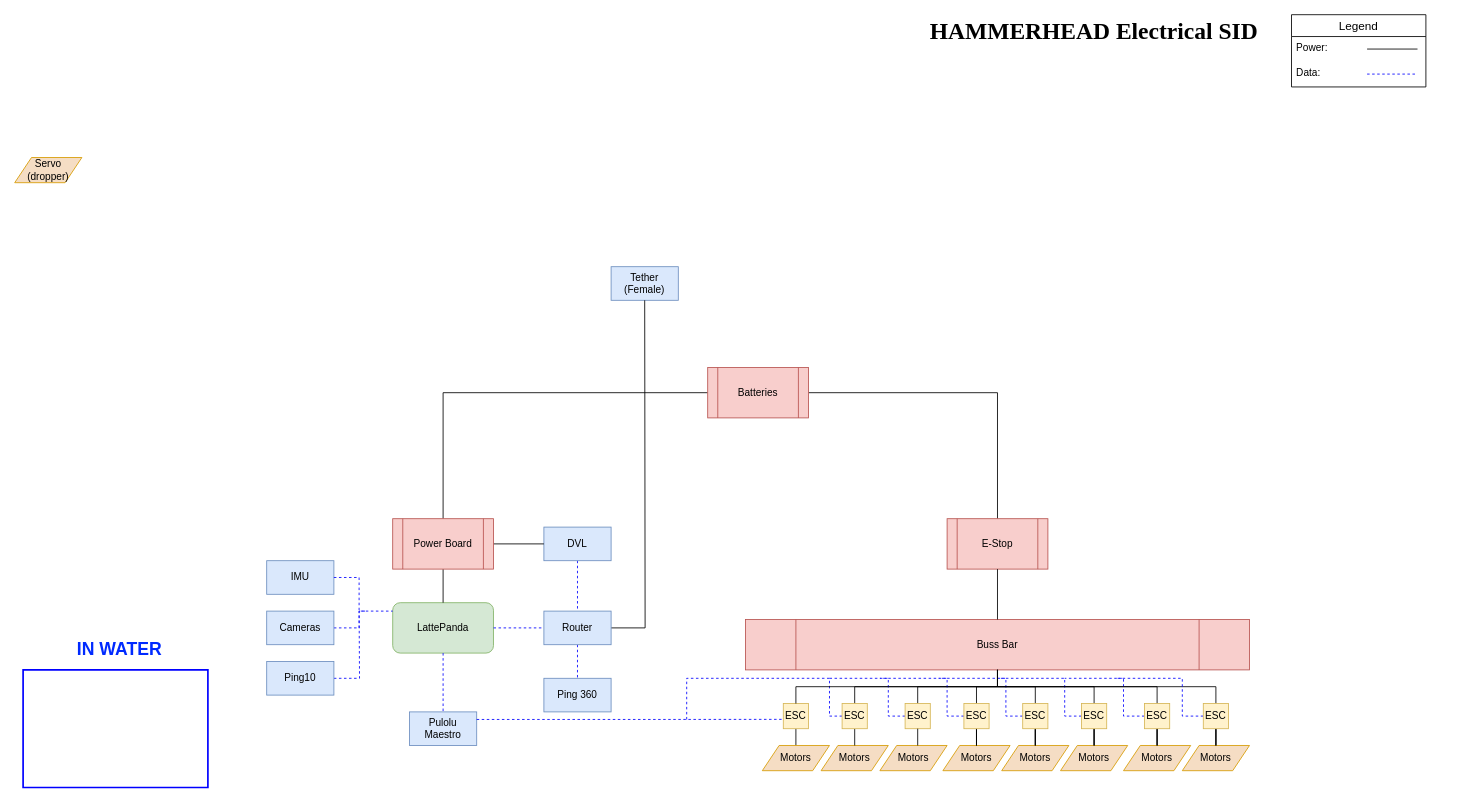
The draw.io diagram HammerheadSID.drawio in sam4413/RobosubSIDs, before the edit. Source tidied: cells renumbered, new cells numbered last; positions are measured from the earlier drawing's top-left corner, leaving out a move shared by most shapes. Both pictures are drawn from the tidied source at 84%, with x=0, y=0 at pixel (14, 14).
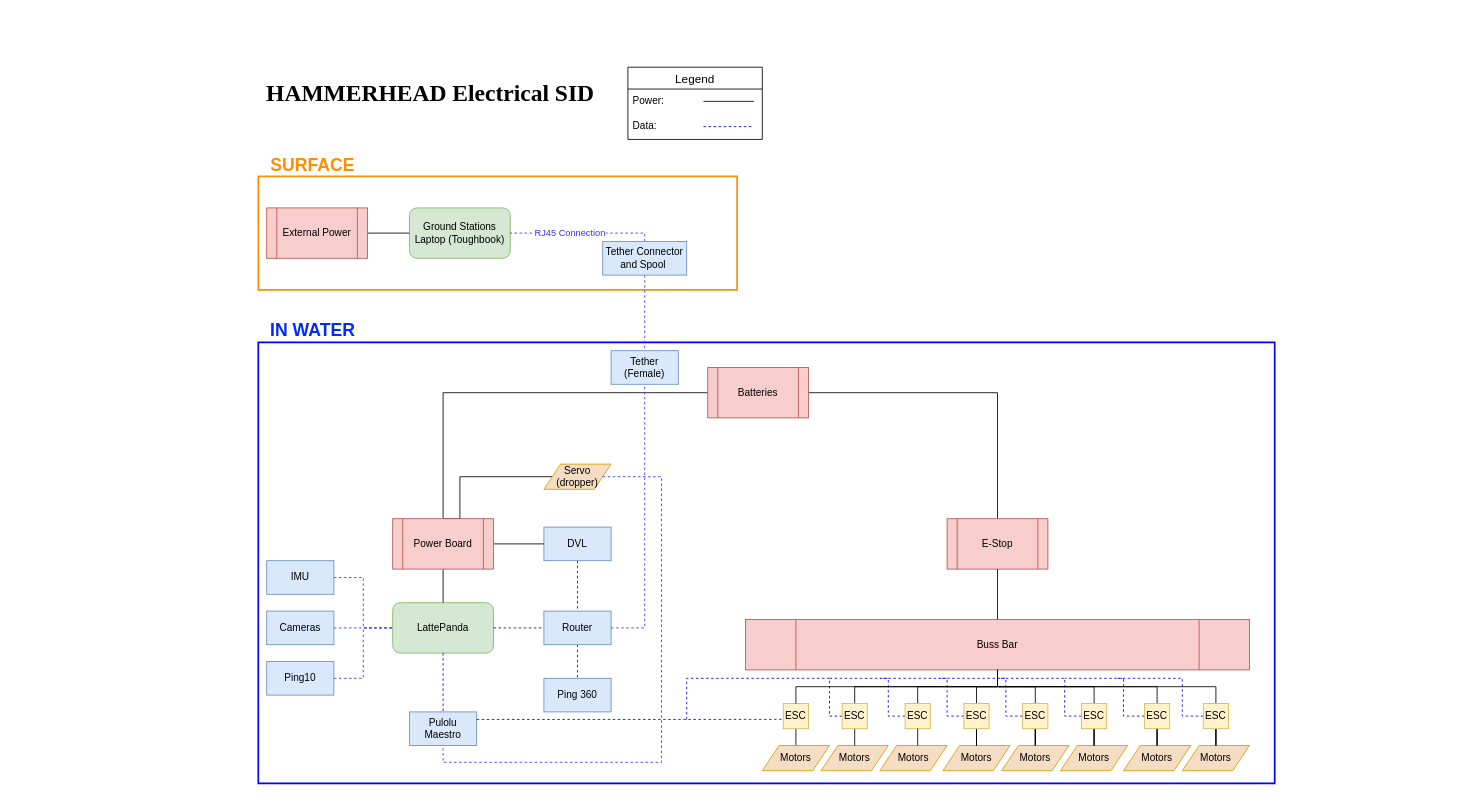
The same page after the edit.

The change refers to these unchanged cells:
```xml
<mxCell id="3" value="LattePanda" style="rounded=1;whiteSpace=wrap;html=1;fillColor=#d5e8d4;strokeColor=#82b366;" parent="1" vertex="1">
  <mxGeometry x="450" y="700" width="120" height="60" as="geometry" />
</mxCell>
<mxCell id="4" value="IMU" style="rounded=0;whiteSpace=wrap;html=1;fillColor=#dae8fc;strokeColor=#6c8ebf;" parent="1" vertex="1">
  <mxGeometry x="300" y="650" width="80" height="40" as="geometry" />
</mxCell>
<mxCell id="9" value="Pulolu Maestro" style="rounded=0;whiteSpace=wrap;html=1;fillColor=#dae8fc;strokeColor=#6c8ebf;" parent="1" vertex="1">
  <mxGeometry x="470" y="830" width="80" height="40" as="geometry" />
</mxCell>
<mxCell id="24" value="Power Board" style="shape=process;whiteSpace=wrap;html=1;backgroundOutline=1;fillColor=#f8cecc;strokeColor=#b85450;" parent="1" vertex="1">
  <mxGeometry x="450" y="600" width="120" height="60" as="geometry" />
</mxCell>
<mxCell id="27" value="Router" style="rounded=0;whiteSpace=wrap;html=1;fillColor=#dae8fc;strokeColor=#6c8ebf;" parent="1" vertex="1">
  <mxGeometry x="630" y="710" width="80" height="40" as="geometry" />
</mxCell>
<mxCell id="70" value="Ping10" style="rounded=0;whiteSpace=wrap;html=1;fillColor=#dae8fc;strokeColor=#6c8ebf;" parent="1" vertex="1">
  <mxGeometry x="300" y="770" width="80" height="40" as="geometry" />
</mxCell>
<mxCell id="73" value="Cameras" style="rounded=0;whiteSpace=wrap;html=1;fillColor=#dae8fc;strokeColor=#6c8ebf;" parent="1" vertex="1">
  <mxGeometry x="300" y="710" width="80" height="40" as="geometry" />
</mxCell>
```

What changed in the source:
```diff
@@
+    <mxCell id="74" style="verticalLabelPosition=bottom;verticalAlign=top;html=1;shape=mxgraph.basic.rect;fillColor2=none;strokeWidth=2;size=20;indent=5;fillColor=none;strokeColor=light-dark(#0000FF,#FFFFFF);" parent="1" vertex="1">
+      <mxGeometry x="290" y="390" width="1210" height="525" as="geometry" />
+    </mxCell>
     <mxCell id="2" value="&lt;font face=&quot;Times New Roman&quot; style=&quot;font-size: 28px;&quot;&gt;&lt;b&gt;HAMMERHEAD Electrical SID&lt;/b&gt;&lt;/font&gt;" style="text;html=1;whiteSpace=wrap;strokeColor=none;fillColor=none;align=center;verticalAlign=middle;rounded=0;" parent="1" vertex="1">
-      <mxGeometry x="860" width="850" height="40" as="geometry" />
+      <mxGeometry x="290" y="72.5" width="410" height="40" as="geometry" />
     </mxCell>
@@
+    <mxCell id="76" style="edgeStyle=orthogonalEdgeStyle;rounded=0;jettySize=auto;html=1;entryX=0;entryY=0.5;entryDx=0;entryDy=0;strokeColor=#3333FF;dashed=1;endArrow=none;endFill=0;" parent="1" edge="1" source="4" target="3">
+      <mxGeometry relative="1" as="geometry" />
+    </mxCell>
@@
     <mxCell id="10" value="Legend" style="swimlane;fontStyle=0;horizontal=1;startSize=26;align=center;fontSize=14;" parent="1" vertex="1">
-      <mxGeometry x="1520" width="160" height="86" as="geometry" />
+      <mxGeometry x="730" y="62.5" width="160" height="86" as="geometry" />
     </mxCell>
+    <mxCell id="14" style="endArrow=none;html=1;rounded=0;" parent="10" edge="1">
+      <mxGeometry relative="1" as="geometry">
+        <mxPoint x="90" y="40.7" as="sourcePoint" />
+        <mxPoint x="150" y="40.7" as="targetPoint" />
+      </mxGeometry>
+    </mxCell>
@@
-    <mxCell id="14" style="endArrow=none;html=1;rounded=0;" parent="1" edge="1">
-      <mxGeometry relative="1" as="geometry">
-        <mxPoint x="1610" y="40.9" as="sourcePoint" />
-        <mxPoint x="1670" y="40.9" as="targetPoint" />
-      </mxGeometry>
-    </mxCell>
     <mxCell id="15" value="Tether (Female)" style="rounded=0;whiteSpace=wrap;html=1;fillColor=#dae8fc;strokeColor=#6c8ebf;" parent="1" vertex="1">
-      <mxGeometry x="710" y="300" width="80" height="40" as="geometry" />
+      <mxGeometry x="710" y="400" width="80" height="40" as="geometry" />
     </mxCell>
@@
+    <mxCell id="77" style="edgeStyle=orthogonalEdgeStyle;rounded=0;jettySize=auto;html=1;entryX=0.5;entryY=0;entryDx=0;entryDy=0;endArrow=none;endFill=0;" parent="1" edge="1" source="21" target="24">
+      <mxGeometry relative="1" as="geometry">
+        <Array as="points">
+          <mxPoint x="530" y="550" />
+          <mxPoint x="530" y="600" />
+        </Array>
+      </mxGeometry>
+    </mxCell>
     <mxCell id="21" value="Servo (dropper)" style="shape=parallelogram;perimeter=parallelogramPerimeter;whiteSpace=wrap;html=1;fixedSize=1;fillColor=#F5DDC4;strokeColor=#d79b00;" parent="1" vertex="1">
-      <mxGeometry y="170" width="80" height="30" as="geometry" />
+      <mxGeometry x="630" y="535" width="80" height="30" as="geometry" />
     </mxCell>
@@
-    <mxCell id="26" style="edgeStyle=orthogonalEdgeStyle;rounded=0;jettySize=auto;html=1;endArrow=none;endFill=0;" parent="1" edge="1" source="27">
+    <mxCell id="26" style="edgeStyle=orthogonalEdgeStyle;rounded=0;jettySize=auto;html=1;endArrow=none;endFill=0;entryX=0.5;entryY=1;entryDx=0;entryDy=0;dashed=1;strokeColor=#3333FF;" parent="1" edge="1" source="27" target="15">
       <mxGeometry relative="1" as="geometry">
-        <mxPoint x="750" y="340" as="targetPoint" />
+        <Array as="points">
+          <mxPoint x="750" y="730" />
+        </Array>
       </mxGeometry>
     </mxCell>
@@
-    <mxCell id="69" style="edgeStyle=orthogonalEdgeStyle;rounded=0;jettySize=auto;html=1;endArrow=none;endFill=0;startArrow=none;startFill=0;dashed=1;strokeColor=light-dark(#0000FF,#FFFFFF);" parent="1" edge="1" source="70">
-      <mxGeometry relative="1" as="geometry">
-        <mxPoint x="410" y="710" as="targetPoint" />
-      </mxGeometry>
-    </mxCell>
+    <mxCell id="78" style="edgeStyle=orthogonalEdgeStyle;rounded=0;jettySize=auto;html=1;entryX=0;entryY=0.5;entryDx=0;entryDy=0;strokeColor=#3333FF;dashed=1;endArrow=none;endFill=0;" parent="1" edge="1" source="70" target="3">
+      <mxGeometry relative="1" as="geometry" />
+    </mxCell>
@@
-    <mxCell id="72" style="edgeStyle=orthogonalEdgeStyle;rounded=0;jettySize=auto;html=1;endArrow=none;endFill=0;dashed=1;strokeColor=light-dark(#0000FF,#FFFFFF);" parent="1" edge="1" source="73">
-      <mxGeometry relative="1" as="geometry">
-        <mxPoint x="420" y="710" as="targetPoint" />
-        <Array as="points">
-          <mxPoint x="410" y="730" />
-          <mxPoint x="410" y="710" />
-        </Array>
-      </mxGeometry>
-    </mxCell>
+    <mxCell id="79" style="edgeStyle=orthogonalEdgeStyle;rounded=0;jettySize=auto;html=1;entryX=0;entryY=0.5;entryDx=0;entryDy=0;strokeColor=#3333FF;dashed=1;endArrow=none;endFill=0;" parent="1" edge="1" source="73" target="3">
+      <mxGeometry relative="1" as="geometry" />
+    </mxCell>
@@
-    <mxCell id="74" style="verticalLabelPosition=bottom;verticalAlign=top;html=1;shape=mxgraph.basic.rect;fillColor2=none;strokeWidth=2;size=20;indent=5;fillColor=none;strokeColor=light-dark(#0000FF,#FFFFFF);" parent="1" vertex="1">
-      <mxGeometry x="10" y="780" width="220" height="140" as="geometry" />
-    </mxCell>
+    <mxCell id="80" style="verticalLabelPosition=bottom;verticalAlign=top;html=1;shape=mxgraph.basic.rect;fillColor2=none;strokeWidth=2;size=20;indent=5;fillColor=none;strokeColor=light-dark(#FF9005,#FFFFFF);" parent="1" vertex="1">
+      <mxGeometry x="290" y="192.5" width="570" height="135" as="geometry" />
+    </mxCell>
     <mxCell id="75" value="&lt;h2&gt;&lt;font style=&quot;font-size: 21px; color: light-dark(rgb(0, 42, 255), rgb(255, 255, 255));&quot;&gt;IN WATER&lt;/font&gt;&lt;/h2&gt;" style="text;html=1;whiteSpace=wrap;strokeColor=none;fillColor=none;align=center;verticalAlign=middle;rounded=0;" parent="1" vertex="1">
-      <mxGeometry x="60" y="740" width="130" height="30" as="geometry" />
+      <mxGeometry x="290" y="360" width="130" height="30" as="geometry" />
     </mxCell>
-    <mxCell id="76" style="edgeStyle=orthogonalEdgeStyle;rounded=0;jettySize=auto;html=1;entryX=0;entryY=0.167;entryDx=0;entryDy=0;entryPerimeter=0;endArrow=none;endFill=0;dashed=1;strokeColor=light-dark(#0000FF,#FFFFFF);" parent="1" edge="1" source="4" target="3">
-      <mxGeometry relative="1" as="geometry">
-        <Array as="points">
-          <mxPoint x="410" y="670" />
-          <mxPoint x="410" y="710" />
-        </Array>
-      </mxGeometry>
-    </mxCell>
+    <mxCell id="81" style="edgeStyle=orthogonalEdgeStyle;rounded=0;jettySize=auto;html=1;entryX=0.5;entryY=1;entryDx=0;entryDy=0;endArrow=none;endFill=0;dashed=1;strokeColor=#3333FF;" parent="1" edge="1" source="21" target="9">
+      <mxGeometry relative="1" as="geometry">
+        <Array as="points">
+          <mxPoint x="770" y="550" />
+          <mxPoint x="770" y="890" />
+          <mxPoint x="510" y="890" />
+        </Array>
+      </mxGeometry>
+    </mxCell>
+    <mxCell id="82" value="&lt;h2&gt;&lt;font style=&quot;font-size: 21px;&quot;&gt;SURFACE&lt;/font&gt;&lt;/h2&gt;" style="text;html=1;whiteSpace=wrap;strokeColor=none;fillColor=none;align=center;verticalAlign=middle;rounded=0;fontColor=#FF8E03;" parent="1" vertex="1">
+      <mxGeometry x="290" y="162.5" width="130" height="30" as="geometry" />
+    </mxCell>
+    <mxCell id="83" value="Ground Stations Laptop (Toughbook)" style="rounded=1;whiteSpace=wrap;html=1;fillColor=#d5e8d4;strokeColor=#82b366;" parent="1" vertex="1">
+      <mxGeometry x="470" y="230" width="120" height="60" as="geometry" />
+    </mxCell>
+    <mxCell id="84" style="edgeStyle=orthogonalEdgeStyle;rounded=0;jettySize=auto;html=1;strokeColor=#3333FF;dashed=1;endArrow=none;endFill=0;" parent="1" edge="1" source="87" target="83">
+      <mxGeometry relative="1" as="geometry">
+        <Array as="points">
+          <mxPoint x="750" y="260" />
+        </Array>
+      </mxGeometry>
+    </mxCell>
+    <mxCell id="85" value="RJ45 Connection" style="edgeLabel;html=1;align=center;verticalAlign=middle;fontColor=#3333FF;" parent="84" vertex="1">
+      <mxGeometry x="0.18" y="-1" relative="1" as="geometry" />
+    </mxCell>
+    <mxCell id="86" style="edgeStyle=orthogonalEdgeStyle;rounded=0;jettySize=auto;html=1;strokeColor=#3333FF;dashed=1;endArrow=none;endFill=0;" parent="1" edge="1" source="87" target="15">
+      <mxGeometry relative="1" as="geometry" />
+    </mxCell>
+    <mxCell id="87" value="Tether Connector and Spool&amp;nbsp;" style="rounded=0;whiteSpace=wrap;html=1;fillColor=#dae8fc;strokeColor=#6c8ebf;" parent="1" vertex="1">
+      <mxGeometry x="700" y="270" width="100" height="40" as="geometry" />
+    </mxCell>
+    <mxCell id="88" style="edgeStyle=orthogonalEdgeStyle;rounded=0;jettySize=auto;html=1;endArrow=none;endFill=0;" parent="1" edge="1" source="89" target="83">
+      <mxGeometry relative="1" as="geometry" />
+    </mxCell>
+    <mxCell id="89" value="External Power" style="shape=process;whiteSpace=wrap;html=1;backgroundOutline=1;fillColor=#f8cecc;strokeColor=#b85450;" parent="1" vertex="1">
+      <mxGeometry x="300" y="230" width="120" height="60" as="geometry" />
+    </mxCell>
```
